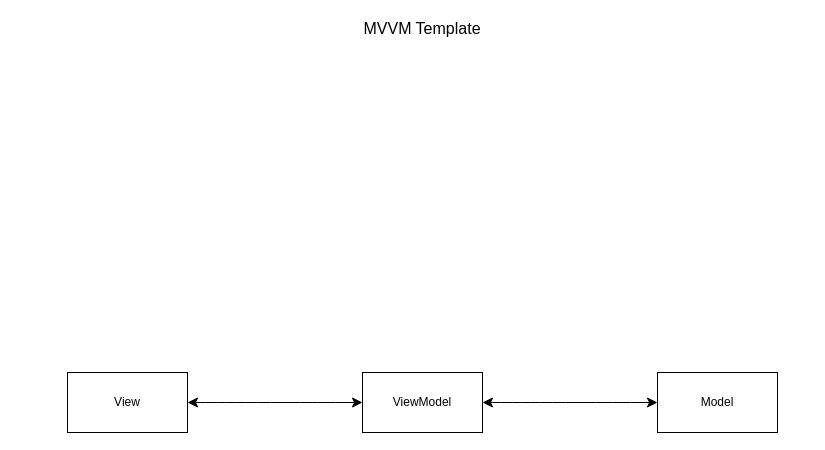
The draw.io diagram MVVM_template.drawio in Oxford-Hypernautics/.github, before the edit. Source tidied: cells renumbered, new cells numbered last; positions are measured from the earlier drawing's top-left corner, leaving out a move shared by most shapes. Both pictures are drawn from the tidied source at 100%, with x=0, y=0 at pixel (67, 18).
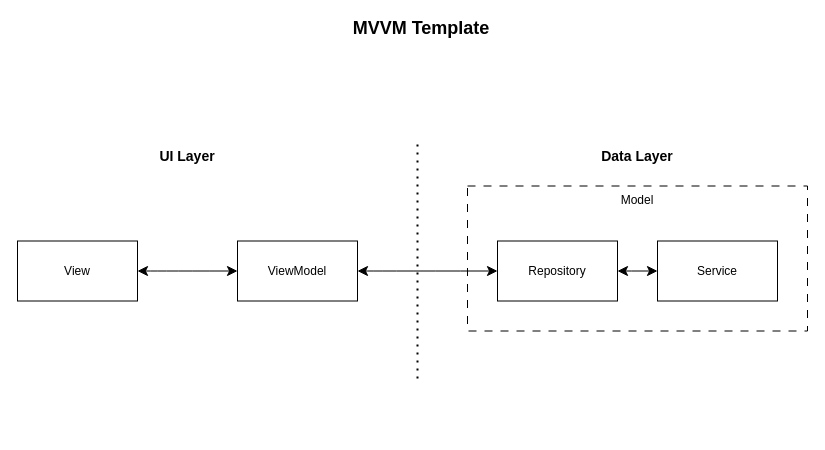
Above is the later version.

Commit message:
feat: complete Simplified diagram

What changed in the source:
```diff
@@
 <mxGraphModel>
   <root>
     <mxCell id="0" />
     <mxCell id="1" parent="0" />
+    <mxCell id="7" value="MVVM Template" style="text;html=1;align=center;verticalAlign=middle;whiteSpace=wrap;rounded=0;fontSize=18;fontStyle=1;" parent="1" vertex="1">
+      <mxGeometry x="279" width="150" height="20" as="geometry" />
+    </mxCell>
+    <mxCell id="8" parent="0" />
-    <mxCell id="2" value="ViewModel" style="whiteSpace=wrap;html=1;" parent="1" vertex="1">
-      <mxGeometry x="295" y="354" width="120" height="60" as="geometry" />
+    <mxCell id="2" value="ViewModel" style="whiteSpace=wrap;html=1;" parent="8" vertex="1">
+      <mxGeometry x="170" y="222.5" width="120" height="60" as="geometry" />
     </mxCell>
-    <mxCell id="3" value="View" style="whiteSpace=wrap;html=1;" parent="1" vertex="1">
-      <mxGeometry y="354" width="120" height="60" as="geometry" />
+    <mxCell id="3" value="View" style="whiteSpace=wrap;html=1;" parent="8" vertex="1">
+      <mxGeometry x="-50" y="222.5" width="120" height="60" as="geometry" />
     </mxCell>
-    <mxCell id="4" value="Model" style="rounded=0;whiteSpace=wrap;html=1;" parent="1" vertex="1">
-      <mxGeometry x="590" y="354" width="120" height="60" as="geometry" />
+    <mxCell id="4" value="Model" style="rounded=0;whiteSpace=wrap;html=1;verticalAlign=top;dashed=1;strokeColor=default;dashPattern=8 8;" parent="8" vertex="1">
+      <mxGeometry x="400" y="167.5" width="340" height="145" as="geometry" />
     </mxCell>
-    <mxCell id="5" style="endArrow=classic;startArrow=classic;html=1;rounded=0;fontSize=12;startSize=8;endSize=8;curved=1;" parent="1" edge="1" source="2" target="4">
+    <mxCell id="5" style="endArrow=classic;startArrow=classic;html=1;rounded=0;fontSize=12;startSize=8;endSize=8;curved=1;" parent="8" edge="1" source="2" target="9">
       <mxGeometry relative="1" as="geometry" />
     </mxCell>
-    <mxCell id="6" style="endArrow=classic;startArrow=classic;html=1;rounded=0;fontSize=12;startSize=8;endSize=8;curved=1;" parent="1" edge="1" source="3" target="2">
+    <mxCell id="6" style="endArrow=classic;startArrow=classic;html=1;rounded=0;fontSize=12;startSize=8;endSize=8;curved=1;" parent="8" edge="1" source="3" target="2">
       <mxGeometry relative="1" as="geometry" />
     </mxCell>
-    <mxCell id="7" value="MVVM Template" style="text;html=1;align=center;verticalAlign=middle;whiteSpace=wrap;rounded=0;fontSize=16;fontStyle=0;" parent="1" vertex="1">
-      <mxGeometry x="295" width="120" height="20" as="geometry" />
-    </mxCell>
+    <mxCell id="9" value="Repository" style="whiteSpace=wrap;html=1;" parent="8" vertex="1">
+      <mxGeometry x="430" y="222.5" width="120" height="60" as="geometry" />
+    </mxCell>
+    <mxCell id="10" value="Service" style="whiteSpace=wrap;html=1;" parent="8" vertex="1">
+      <mxGeometry x="590" y="222.5" width="120" height="60" as="geometry" />
+    </mxCell>
+    <mxCell id="11" style="endArrow=classic;startArrow=classic;html=1;rounded=0;fontSize=12;startSize=8;endSize=8;curved=1;" parent="8" edge="1" source="9" target="10">
+      <mxGeometry relative="1" as="geometry" />
+    </mxCell>
+    <mxCell id="12" style="endArrow=none;dashed=1;html=1;dashPattern=1 3;strokeWidth=2;rounded=0;" parent="8" edge="1">
+      <mxGeometry relative="1" as="geometry">
+        <mxPoint x="350" y="360" as="sourcePoint" />
+        <mxPoint x="350" y="120" as="targetPoint" />
+      </mxGeometry>
+    </mxCell>
+    <mxCell id="13" value="&lt;b&gt;&lt;font style=&quot;font-size: 14px;&quot;&gt;UI Layer&lt;/font&gt;&lt;/b&gt;" style="text;html=1;align=center;verticalAlign=middle;whiteSpace=wrap;rounded=0;" parent="8" vertex="1">
+      <mxGeometry x="90" y="122.5" width="60" height="30" as="geometry" />
+    </mxCell>
+    <mxCell id="14" value="&lt;b&gt;&lt;font style=&quot;font-size: 14px;&quot;&gt;Data Layer&lt;/font&gt;&lt;/b&gt;" style="text;html=1;align=center;verticalAlign=middle;whiteSpace=wrap;rounded=0;" parent="8" vertex="1">
+      <mxGeometry x="530" y="122.5" width="80" height="30" as="geometry" />
+    </mxCell>
   </root>
 </mxGraphModel>
```
